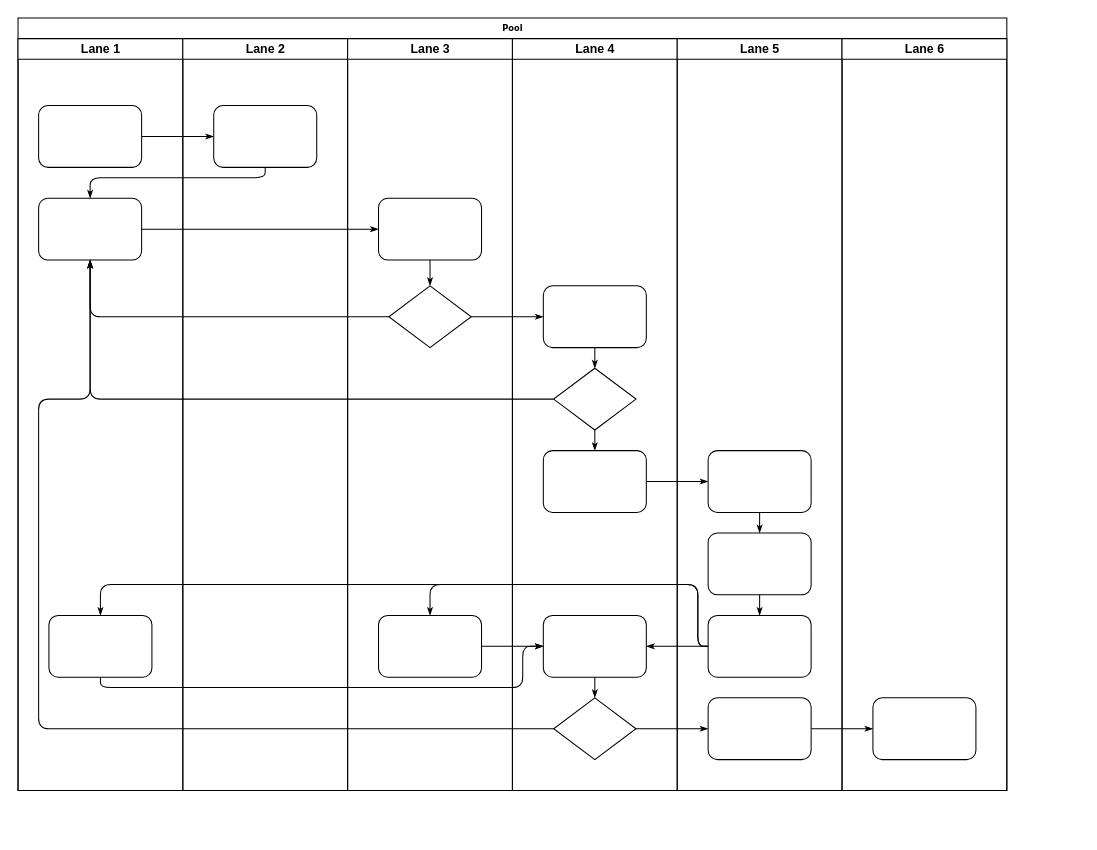
This is Untitled Diagram.drawio from Velanimaps/Velanimaps, a draw.io file, before an edit. Source tidied: cells renumbered, new cells numbered last; positions are measured from the earlier drawing's top-left corner, leaving out a move shared by most shapes. Both pictures are drawn from the tidied source at 103%, with x=0, y=0 at pixel (18, 18).
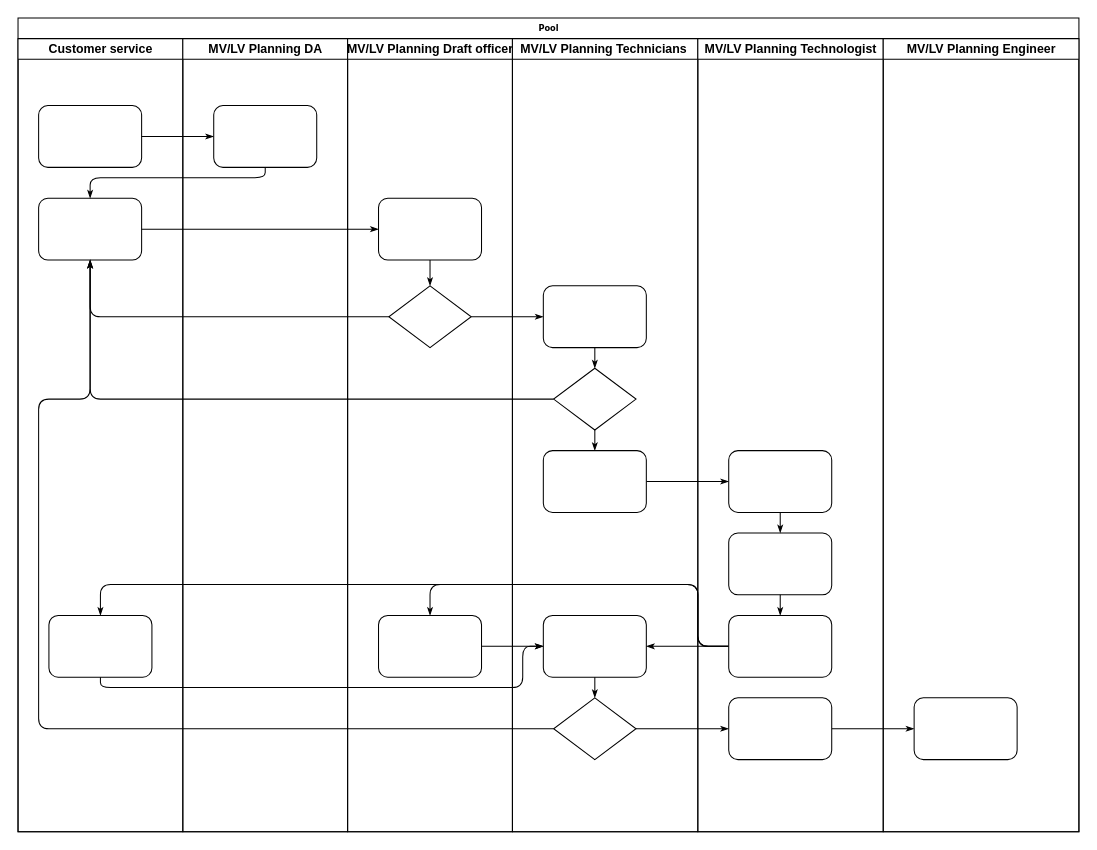
After the change.

Commit message:
MV/LV Planning business process.drawio

Change to the diagram source:
```diff
@@
     <mxCell id="2" value="Pool" style="swimlane;html=1;startSize=20;rounded=0;shadow=0;labelBackgroundColor=none;strokeWidth=1;fontFamily=Verdana;fontSize=8;align=center;" parent="1" vertex="1">
-      <mxGeometry width="960" height="750" as="geometry" />
+      <mxGeometry width="1030" height="790" as="geometry" />
     </mxCell>
-    <mxCell id="3" value="Lane 1" style="swimlane;html=1;startSize=20;" parent="2" vertex="1">
-      <mxGeometry y="20" width="160" height="730" as="geometry" />
+    <mxCell id="3" value="Customer service" style="swimlane;html=1;startSize=20;" parent="2" vertex="1">
+      <mxGeometry y="20" width="160" height="770" as="geometry" />
     </mxCell>
@@
-    <mxCell id="22" value="Lane 2" style="swimlane;html=1;startSize=20;" parent="2" vertex="1">
-      <mxGeometry x="160" y="20" width="160" height="730" as="geometry" />
+    <mxCell id="22" value="MV/LV Planning DA" style="swimlane;html=1;startSize=20;" parent="2" vertex="1">
+      <mxGeometry x="160" y="20" width="160" height="770" as="geometry" />
     </mxCell>
@@
-    <mxCell id="24" value="Lane 3" style="swimlane;html=1;startSize=20;" parent="2" vertex="1">
-      <mxGeometry x="320" y="20" width="160" height="730" as="geometry" />
+    <mxCell id="24" value="MV/LV Planning Draft officer" style="swimlane;html=1;startSize=20;" parent="2" vertex="1">
+      <mxGeometry x="320" y="20" width="160" height="770" as="geometry" />
     </mxCell>
@@
-    <mxCell id="29" value="Lane 4" style="swimlane;html=1;startSize=20;" parent="2" vertex="1">
-      <mxGeometry x="480" y="20" width="160" height="730" as="geometry" />
+    <mxCell id="29" value="MV/LV Planning Technicians&amp;nbsp;" style="swimlane;html=1;startSize=20;" parent="2" vertex="1">
+      <mxGeometry x="480" y="20" width="180" height="770" as="geometry" />
     </mxCell>
@@
-    <mxCell id="38" value="Lane 5" style="swimlane;html=1;startSize=20;" parent="2" vertex="1">
-      <mxGeometry x="640" y="20" width="160" height="730" as="geometry" />
+    <mxCell id="38" value="MV/LV Planning Technologist" style="swimlane;html=1;startSize=20;" parent="2" vertex="1">
+      <mxGeometry x="660" y="20" width="180" height="770" as="geometry" />
     </mxCell>
@@
-    <mxCell id="45" value="Lane 6" style="swimlane;html=1;startSize=20;" parent="2" vertex="1">
-      <mxGeometry x="800" y="20" width="160" height="730" as="geometry" />
+    <mxCell id="45" value="MV/LV Planning Engineer" style="swimlane;html=1;startSize=20;" parent="2" vertex="1">
+      <mxGeometry x="840" y="20" width="190" height="770" as="geometry" />
     </mxCell>
```
